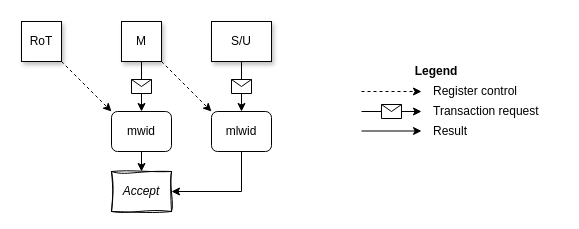
Earlier version of the draw.io diagram src/images/WorldID-smwidl.drawio (MIPS/riscv-partitioning). Source tidied: cells renumbered, new cells numbered last; positions are measured from the earlier drawing's top-left corner, leaving out a move shared by most shapes. Both pictures are drawn from the tidied source at 100%, with x=0, y=0 at pixel (21, 21).
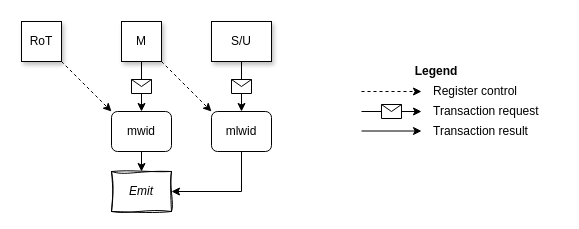
The same diagram, later.

Commit message (it also covers changes not shown here):
Change diagrams, Accept->Emit, Reject->Fault

Diff of the diagram source:
```diff
@@
-    <mxCell id="6" value="Accept" style="rounded=0;whiteSpace=wrap;html=1;fontSize=12;glass=0;strokeWidth=1;shadow=0;sketch=1;curveFitting=1;jiggle=2;fontStyle=2;" parent="1" vertex="1">
+    <mxCell id="6" value="Emit" style="rounded=0;whiteSpace=wrap;html=1;fontSize=12;glass=0;strokeWidth=1;shadow=0;sketch=1;curveFitting=1;jiggle=2;fontStyle=2;" parent="1" vertex="1">
       <mxGeometry x="90" y="150" width="60" height="40" as="geometry" />
     </mxCell>
@@
-    <mxCell id="20" value="Result" style="text;html=1;align=left;verticalAlign=middle;whiteSpace=wrap;rounded=0;" parent="1" vertex="1">
+    <mxCell id="20" value="Transaction result" style="text;html=1;align=left;verticalAlign=middle;whiteSpace=wrap;rounded=0;" parent="1" vertex="1">
       <mxGeometry x="410" y="100" width="130" height="20" as="geometry" />
     </mxCell>
```
